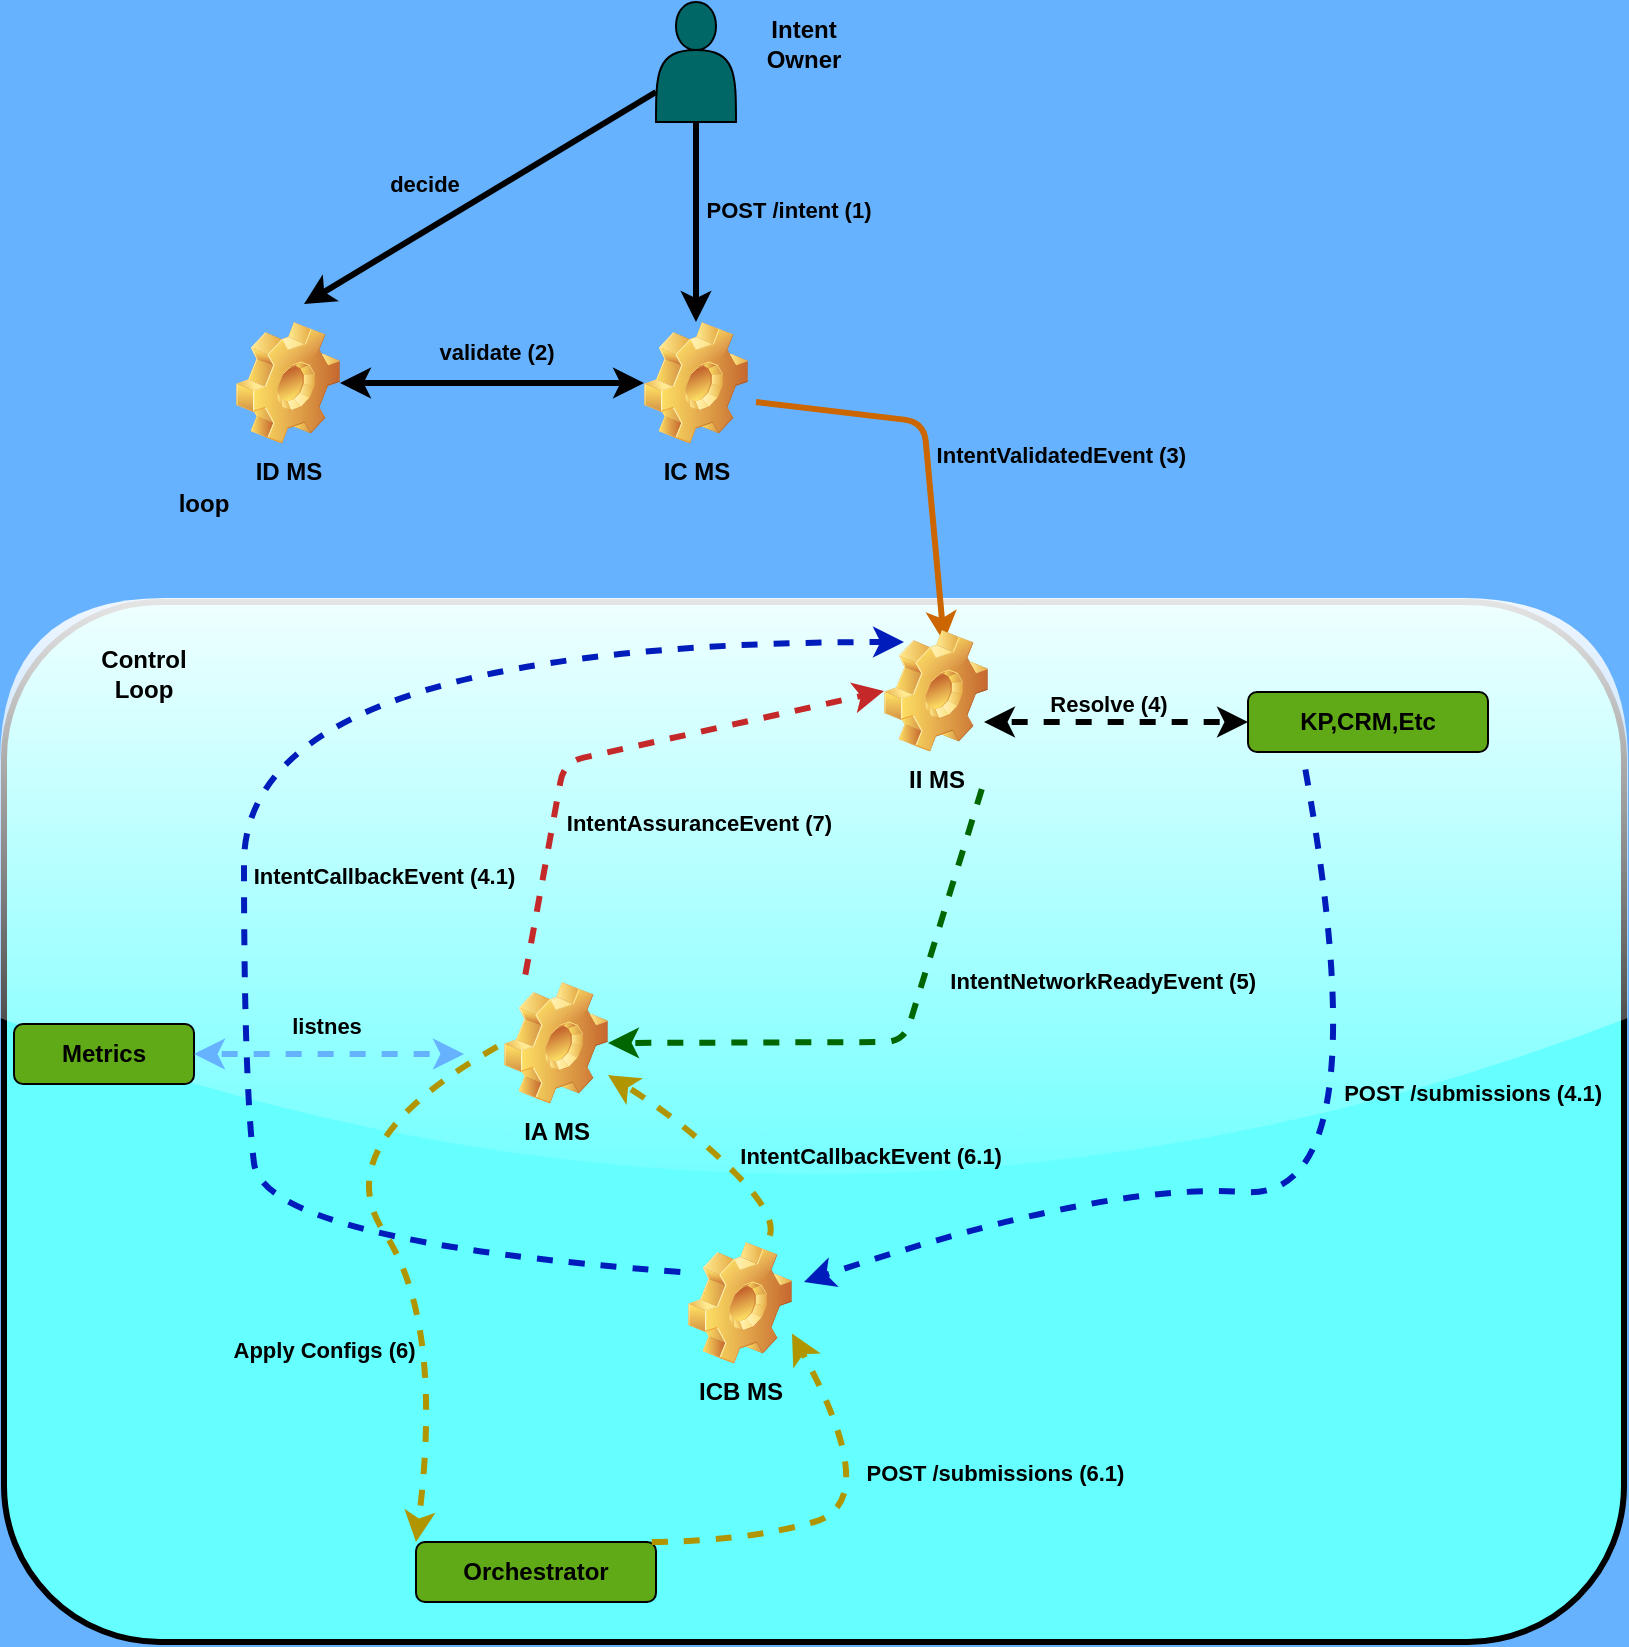
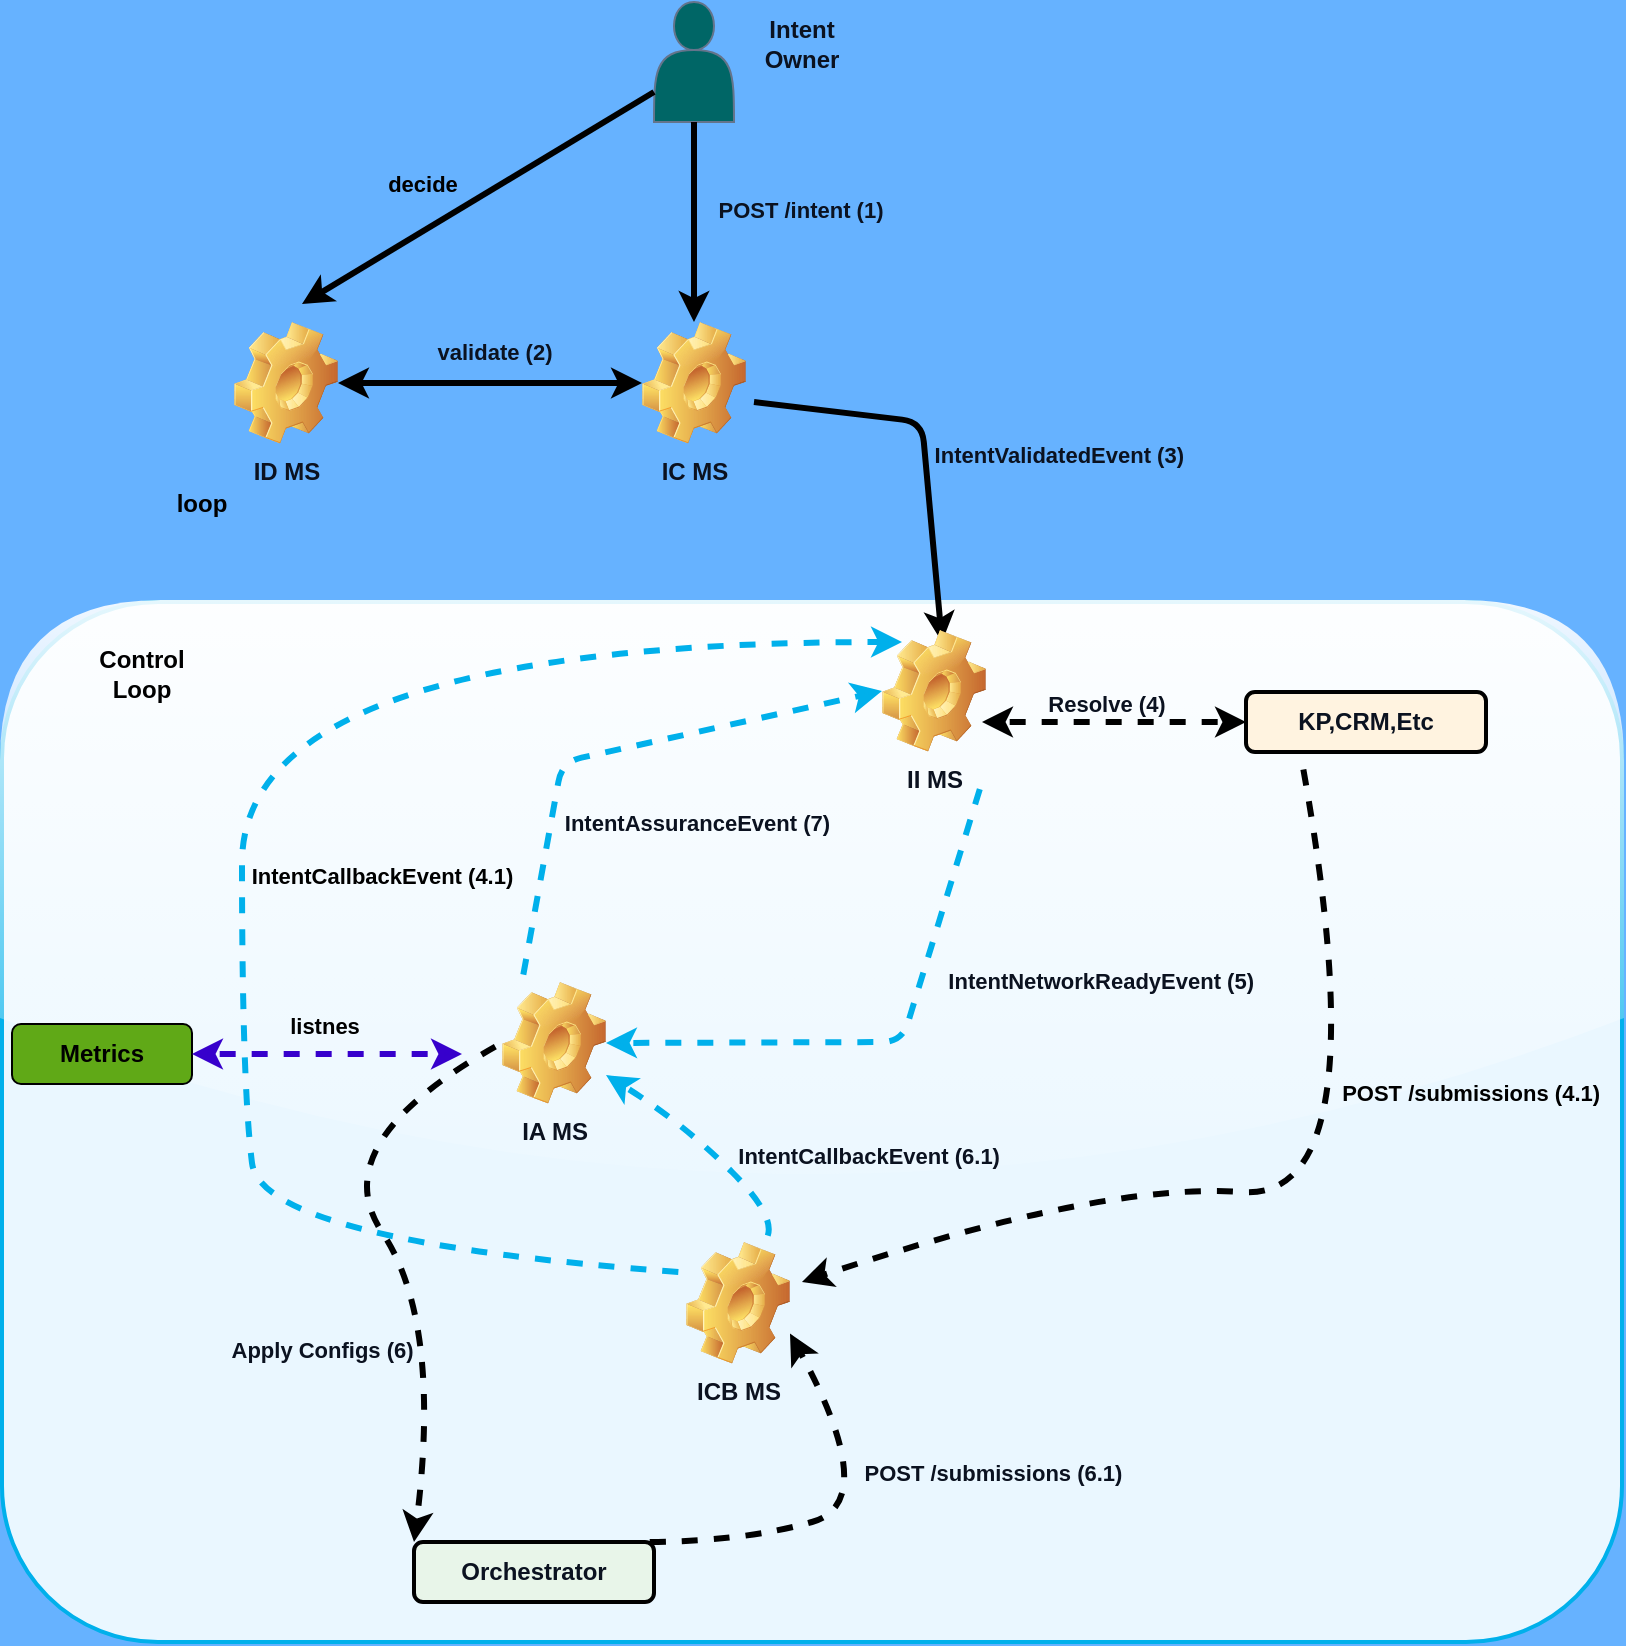
<mxfile host="65bd71144e">
    <diagram id="hkdiFI0e61aXNWWX01rr" name="Page-1">
        <mxGraphModel dx="904" dy="851" grid="1" gridSize="10" guides="1" tooltips="1" connect="1" arrows="1" fold="1" page="1" pageScale="1" pageWidth="827" pageHeight="1169" background="#66B2FF" math="0" shadow="0" adaptiveColors="none">
            <root>
                <mxCell id="0"/>
                <mxCell id="1" parent="0"/>
-                 <mxCell id="44" value="" style="rounded=1;whiteSpace=wrap;html=1;strokeWidth=3;glass=1;shadow=0;fillStyle=auto;fillColor=#66FFFF;fontColor=default;strokeColor=default;" parent="1" vertex="1">
+                 <mxCell id="44" value="" style="rounded=1;whiteSpace=wrap;html=1;strokeWidth=2;glass=1;shadow=0;fillStyle=auto;fillColor=#EAF7FF;fontColor=#0B1220;strokeColor=#00B0EB;" parent="1" vertex="1">
                    <mxGeometry x="10" y="449" width="810" height="520" as="geometry"/>
                </mxCell>
-                 <mxCell id="2" value="IA MS" style="shape=image;html=1;verticalLabelPosition=bottom;verticalAlign=top;imageAspect=1;aspect=fixed;image=img/clipart/Gear_128x128.png;container=0;fontStyle=1" parent="1" vertex="1">
+                 <mxCell id="2" value="IA MS" style="shape=image;html=1;verticalLabelPosition=bottom;verticalAlign=top;imageAspect=1;aspect=fixed;image=img/clipart/Gear_128x128.png;container=0;fontStyle=1;fillColor=#E6F7FF;strokeColor=#00B0EB;fontColor=#0B1220;strokeWidth=2;shadow=0;" parent="1" vertex="1">
                    <mxGeometry x="260" y="639" width="52" height="61" as="geometry"/>
                </mxCell>
-                 <mxCell id="7" value="" style="endArrow=classic;html=1;shadow=0;flowAnimation=1;strokeWidth=3;strokeColor=light-dark(#c52828, #ededed);entryX=0;entryY=0.5;entryDx=0;entryDy=0;jumpStyle=arc;" parent="1" edge="1" target="28">
+                 <mxCell id="7" value="" style="endArrow=classic;html=1;shadow=0;flowAnimation=1;strokeWidth=3;strokeColor=#00B0EB;entryX=0;entryY=0.5;entryDx=0;entryDy=0;jumpStyle=arc;fontColor=#0B1220;" parent="1" edge="1" target="28">
                    <mxGeometry width="50" height="50" relative="1" as="geometry">
                        <mxPoint x="270" y="639" as="sourcePoint"/>
                        <mxPoint x="430" y="489" as="targetPoint"/>
                        <Array as="points">
                            <mxPoint x="290" y="529"/>
                        </Array>
                    </mxGeometry>
                </mxCell>
-                 <mxCell id="9" value="IntentNetworkReadyEvent (5)" style="edgeLabel;align=center;verticalAlign=middle;resizable=0;points=[];container=0;fontColor=default;labelBackgroundColor=none;fontStyle=1;" parent="7" vertex="1" connectable="0">
+                 <mxCell id="9" value="IntentNetworkReadyEvent (5)" style="edgeLabel;align=center;verticalAlign=middle;resizable=0;points=[];container=0;fontColor=#0B1220;labelBackgroundColor=none;fontStyle=1;fillColor=#E8F5E9;strokeColor=#2E7D32;strokeWidth=2;shadow=0;" parent="7" vertex="1" connectable="0">
                    <mxGeometry x="0.0249" y="3" relative="1" as="geometry">
                        <mxPoint x="241" y="118" as="offset"/>
                    </mxGeometry>
                </mxCell>
-                 <mxCell id="8" value="" style="endArrow=classic;html=1;entryX=1;entryY=0.5;entryDx=0;entryDy=0;exitX=1;exitY=1;exitDx=0;exitDy=0;flowAnimation=1;jumpStyle=arc;strokeWidth=3;strokeColor=#006600;" parent="1" target="2" edge="1">
+                 <mxCell id="8" value="" style="endArrow=classic;html=1;entryX=1;entryY=0.5;entryDx=0;entryDy=0;exitX=1;exitY=1;exitDx=0;exitDy=0;flowAnimation=1;jumpStyle=arc;strokeWidth=3;strokeColor=#00B0EB;fontColor=#0B1220;" parent="1" target="2" edge="1">
                    <mxGeometry width="50" height="50" relative="1" as="geometry">
                        <mxPoint x="500" y="539" as="sourcePoint"/>
                        <mxPoint x="470" y="719" as="targetPoint"/>
                        <Array as="points">
                            <mxPoint x="460" y="669"/>
                        </Array>
                    </mxGeometry>
                </mxCell>
-                 <mxCell id="10" value="IntentAssuranceEvent (7)" style="edgeLabel;align=center;verticalAlign=middle;resizable=0;points=[];container=0;labelBackgroundColor=none;fontStyle=1" parent="8" vertex="1" connectable="0">
+                 <mxCell id="10" value="IntentAssuranceEvent (7)" style="edgeLabel;align=center;verticalAlign=middle;resizable=0;points=[];container=0;labelBackgroundColor=none;fontStyle=1;fillColor=#FFEBEE;strokeColor=#C62828;fontColor=#0B1220;strokeWidth=2;shadow=0;" parent="8" vertex="1" connectable="0">
                    <mxGeometry x="-0.196" relative="1" as="geometry">
                        <mxPoint x="-109" y="-89" as="offset"/>
                    </mxGeometry>
                </mxCell>
-                 <mxCell id="12" value="IC MS" style="shape=image;html=1;verticalLabelPosition=bottom;verticalAlign=top;imageAspect=1;aspect=fixed;image=img/clipart/Gear_128x128.png;fontStyle=1" parent="1" vertex="1">
+                 <mxCell id="12" value="IC MS" style="shape=image;html=1;verticalLabelPosition=bottom;verticalAlign=top;imageAspect=1;aspect=fixed;image=img/clipart/Gear_128x128.png;fontStyle=1;fillColor=#E6F7FF;strokeColor=#00B0EB;fontColor=#0B1220;strokeWidth=2;shadow=0;" parent="1" vertex="1">
                    <mxGeometry x="330" y="309" width="52" height="61" as="geometry"/>
                </mxCell>
-                 <mxCell id="13" value="" style="shape=actor;whiteSpace=wrap;html=1;fillColor=#006666;strokeColor=default;" parent="1" vertex="1">
+                 <mxCell id="13" value="" style="shape=actor;whiteSpace=wrap;html=1;fillColor=#006666;strokeColor=#64748B;fontColor=#0B1220;shadow=0;" parent="1" vertex="1">
                    <mxGeometry x="336" y="149" width="40" height="60" as="geometry"/>
                </mxCell>
-                 <mxCell id="14" value="" style="endArrow=classic;html=1;exitX=0.5;exitY=1;exitDx=0;exitDy=0;strokeWidth=3;flowAnimation=0;" parent="1" source="13" target="12" edge="1">
+                 <mxCell id="14" value="" style="endArrow=classic;html=1;exitX=0.5;exitY=1;exitDx=0;exitDy=0;strokeWidth=3;flowAnimation=0;strokeColor=default;fontColor=#0B1220;" parent="1" source="13" target="12" edge="1">
                    <mxGeometry width="50" height="50" relative="1" as="geometry">
                        <mxPoint x="430" y="379" as="sourcePoint"/>
                        <mxPoint x="480" y="329" as="targetPoint"/>
                    </mxGeometry>
                </mxCell>
-                 <mxCell id="17" value="POST /intent (1)" style="edgeLabel;html=1;align=center;verticalAlign=middle;resizable=0;points=[];fontColor=default;fontStyle=1;labelBackgroundColor=none;" parent="14" vertex="1" connectable="0">
+                 <mxCell id="17" value="POST /intent (1)" style="edgeLabel;html=1;align=center;verticalAlign=middle;resizable=0;points=[];fontColor=#0B1220;fontStyle=1;labelBackgroundColor=none;strokeColor=#64748B;shadow=0;" parent="14" vertex="1" connectable="0">
                    <mxGeometry x="-0.13" relative="1" as="geometry">
-                         <mxPoint x="46" as="offset"/>
-                     </mxGeometry>
-                 </mxCell>
-                 <mxCell id="15" value="ICB MS" style="shape=image;html=1;verticalLabelPosition=bottom;verticalAlign=top;imageAspect=1;aspect=fixed;image=img/clipart/Gear_128x128.png;fontStyle=1" parent="1" vertex="1">
+                         <mxPoint x="53" as="offset"/>
+                     </mxGeometry>
+                 </mxCell>
+                 <mxCell id="15" value="ICB MS" style="shape=image;html=1;verticalLabelPosition=bottom;verticalAlign=top;imageAspect=1;aspect=fixed;image=img/clipart/Gear_128x128.png;fontStyle=1;fillColor=#FFF3E0;strokeColor=#F57C00;fontColor=#0B1220;strokeWidth=2;shadow=0;" parent="1" vertex="1">
                    <mxGeometry x="352" y="769" width="52" height="61" as="geometry"/>
                </mxCell>
-                 <mxCell id="16" value="" style="endArrow=classic;html=1;exitX=0.5;exitY=1;exitDx=0;exitDy=0;strokeWidth=3;flowAnimation=0;jumpStyle=arc;strokeColor=#CC6600;" parent="1" edge="1">
+                 <mxCell id="16" value="" style="endArrow=classic;html=1;exitX=0.5;exitY=1;exitDx=0;exitDy=0;strokeWidth=3;flowAnimation=0;jumpStyle=arc;strokeColor=default;fontColor=#0B1220;" parent="1" edge="1">
                    <mxGeometry width="50" height="50" relative="1" as="geometry">
                        <mxPoint x="386" y="349" as="sourcePoint"/>
                        <mxPoint x="480" y="469" as="targetPoint"/>
                        <Array as="points">
                            <mxPoint x="470" y="359"/>
                        </Array>
                    </mxGeometry>
                </mxCell>
-                 <mxCell id="18" value="IntentValidatedEvent (3)" style="edgeLabel;align=center;verticalAlign=middle;resizable=0;points=[];fontColor=default;fontStyle=1;labelBackgroundColor=none;" parent="16" vertex="1" connectable="0">
+                 <mxCell id="18" value="IntentValidatedEvent (3)" style="edgeLabel;align=center;verticalAlign=middle;resizable=0;points=[];fontColor=#0B1220;fontStyle=1;labelBackgroundColor=none;strokeColor=#64748B;shadow=0;" parent="16" vertex="1" connectable="0">
                    <mxGeometry x="0.0229" y="-3" relative="1" as="geometry">
                        <mxPoint x="70" as="offset"/>
                    </mxGeometry>
                </mxCell>
-                 <mxCell id="21" value="Orchestrator" style="rounded=1;whiteSpace=wrap;html=1;fillColor=#60a917;fontColor=default;strokeColor=default;fontStyle=1;" parent="1" vertex="1">
+                 <mxCell id="21" value="Orchestrator" style="rounded=1;whiteSpace=wrap;html=1;fillColor=#E8F5E9;fontColor=#0B1220;strokeColor=default;fontStyle=1;strokeWidth=2;shadow=0;" parent="1" vertex="1">
                    <mxGeometry x="216" y="919" width="120" height="30" as="geometry"/>
                </mxCell>
-                 <mxCell id="22" value="Intent Owner" style="text;html=1;align=center;verticalAlign=middle;whiteSpace=wrap;rounded=0;fontStyle=1" parent="1" vertex="1">
+                 <mxCell id="22" value="Intent Owner" style="text;html=1;align=center;verticalAlign=middle;whiteSpace=wrap;rounded=0;fontStyle=1;fillColor=none;strokeColor=none;fontColor=#0B1220;strokeWidth=2;shadow=0;" parent="1" vertex="1">
                    <mxGeometry x="380" y="155" width="60" height="30" as="geometry"/>
                </mxCell>
-                 <mxCell id="23" value="KP,CRM,Etc" style="rounded=1;whiteSpace=wrap;html=1;fillColor=#60a917;fontColor=default;strokeColor=default;fontStyle=1;" parent="1" vertex="1">
+                 <mxCell id="23" value="KP,CRM,Etc" style="rounded=1;whiteSpace=wrap;html=1;fillColor=#FFF3E0;fontColor=#0B1220;strokeColor=default;fontStyle=1;strokeWidth=2;shadow=0;" parent="1" vertex="1">
                    <mxGeometry x="632" y="494" width="120" height="30" as="geometry"/>
                </mxCell>
-                 <mxCell id="25" value="" style="endArrow=classic;startArrow=classic;html=1;exitX=1;exitY=0.5;exitDx=0;exitDy=0;entryX=0;entryY=0.5;entryDx=0;entryDy=0;endSize=6;strokeWidth=3;flowAnimation=1;" parent="1" target="23" edge="1">
+                 <mxCell id="25" value="" style="endArrow=classic;startArrow=classic;html=1;exitX=1;exitY=0.5;exitDx=0;exitDy=0;entryX=0;entryY=0.5;entryDx=0;entryDy=0;endSize=6;strokeWidth=3;flowAnimation=1;strokeColor=default;fontColor=#0B1220;" parent="1" target="23" edge="1">
                    <mxGeometry width="50" height="50" relative="1" as="geometry">
                        <mxPoint x="500" y="509" as="sourcePoint"/>
                        <mxPoint x="590" y="519" as="targetPoint"/>
                    </mxGeometry>
                </mxCell>
-                 <mxCell id="34" value="Resolve (4)" style="edgeLabel;html=1;align=center;verticalAlign=middle;resizable=0;points=[];fontStyle=1;labelBackgroundColor=none;" parent="25" vertex="1" connectable="0">
+                 <mxCell id="34" value="Resolve (4)" style="edgeLabel;html=1;align=center;verticalAlign=middle;resizable=0;points=[];fontStyle=1;labelBackgroundColor=none;strokeColor=#64748B;fontColor=#0B1220;shadow=0;" parent="25" vertex="1" connectable="0">
                    <mxGeometry x="-0.0667" relative="1" as="geometry">
                        <mxPoint y="-9" as="offset"/>
                    </mxGeometry>
                </mxCell>
-                 <mxCell id="28" value="II MS" style="shape=image;html=1;verticalLabelPosition=bottom;verticalAlign=top;imageAspect=1;aspect=fixed;image=img/clipart/Gear_128x128.png;fontStyle=1" parent="1" vertex="1">
+                 <mxCell id="28" value="II MS" style="shape=image;html=1;verticalLabelPosition=bottom;verticalAlign=top;imageAspect=1;aspect=fixed;image=img/clipart/Gear_128x128.png;fontStyle=1;fillColor=#E6F7FF;strokeColor=#00B0EB;fontColor=#0B1220;strokeWidth=2;shadow=0;" parent="1" vertex="1">
                    <mxGeometry x="450" y="463" width="52" height="61" as="geometry"/>
                </mxCell>
-                 <mxCell id="29" value="ID MS" style="shape=image;html=1;verticalLabelPosition=bottom;verticalAlign=top;imageAspect=1;aspect=fixed;image=img/clipart/Gear_128x128.png;fontStyle=1" parent="1" vertex="1">
+                 <mxCell id="29" value="ID MS" style="shape=image;html=1;verticalLabelPosition=bottom;verticalAlign=top;imageAspect=1;aspect=fixed;image=img/clipart/Gear_128x128.png;fontStyle=1;fillColor=#E6F7FF;strokeColor=#00B0EB;fontColor=#0B1220;strokeWidth=2;shadow=0;" parent="1" vertex="1">
                    <mxGeometry x="126" y="309" width="52" height="61" as="geometry"/>
                </mxCell>
-                 <mxCell id="30" value="" style="endArrow=classic;startArrow=classic;html=1;exitX=1;exitY=0.5;exitDx=0;exitDy=0;entryX=0;entryY=0.5;entryDx=0;entryDy=0;strokeWidth=3;flowAnimation=0;" parent="1" source="29" target="12" edge="1">
+                 <mxCell id="30" value="" style="endArrow=classic;startArrow=classic;html=1;exitX=1;exitY=0.5;exitDx=0;exitDy=0;entryX=0;entryY=0.5;entryDx=0;entryDy=0;strokeWidth=3;flowAnimation=0;strokeColor=default;fontColor=#0B1220;" parent="1" source="29" target="12" edge="1">
                    <mxGeometry width="50" height="50" relative="1" as="geometry">
                        <mxPoint x="280" y="469" as="sourcePoint"/>
                        <mxPoint x="330" y="419" as="targetPoint"/>
                    </mxGeometry>
                </mxCell>
-                 <mxCell id="31" value="validate (2)" style="edgeLabel;html=1;align=center;verticalAlign=middle;resizable=0;points=[];fontStyle=1;labelBackgroundColor=none;" parent="30" vertex="1" connectable="0">
+                 <mxCell id="31" value="validate (2)" style="edgeLabel;html=1;align=center;verticalAlign=middle;resizable=0;points=[];fontStyle=1;labelBackgroundColor=none;strokeColor=#64748B;fontColor=#0B1220;shadow=0;" parent="30" vertex="1" connectable="0">
                    <mxGeometry y="2" relative="1" as="geometry">
                        <mxPoint x="2" y="-14" as="offset"/>
                    </mxGeometry>
                </mxCell>
-                 <mxCell id="32" value="" style="curved=1;endArrow=classic;html=1;strokeWidth=3;flowAnimation=1;fillColor=#0050ef;strokeColor=#001DBC;" parent="1" edge="1">
+                 <mxCell id="32" value="" style="curved=1;endArrow=classic;html=1;strokeWidth=3;flowAnimation=1;fillColor=#0050ef;strokeColor=default;fontColor=#0B1220;" parent="1" edge="1">
                    <mxGeometry width="50" height="50" relative="1" as="geometry">
                        <mxPoint x="660" y="529" as="sourcePoint"/>
                        <mxPoint x="410" y="789" as="targetPoint"/>
                        <Array as="points">
                            <mxPoint x="700" y="749"/>
                            <mxPoint x="560" y="739"/>
                        </Array>
                    </mxGeometry>
                </mxCell>
-                 <mxCell id="33" value="" style="curved=1;endArrow=classic;html=1;exitX=0;exitY=0.25;exitDx=0;exitDy=0;strokeWidth=3;flowAnimation=1;fillColor=#0050ef;strokeColor=#001DBC;" parent="1" source="15" edge="1">
+                 <mxCell id="33" value="" style="curved=1;endArrow=classic;html=1;exitX=0;exitY=0.25;exitDx=0;exitDy=0;strokeWidth=3;flowAnimation=1;fillColor=#0050ef;strokeColor=#00B0EB;fontColor=#0B1220;" parent="1" source="15" edge="1">
                    <mxGeometry width="50" height="50" relative="1" as="geometry">
                        <mxPoint x="90" y="769" as="sourcePoint"/>
                        <mxPoint x="460" y="469" as="targetPoint"/>
                        <Array as="points">
                            <mxPoint x="140" y="769"/>
                            <mxPoint x="130" y="690"/>
                            <mxPoint x="130" y="469"/>
                        </Array>
                    </mxGeometry>
                </mxCell>
-                 <mxCell id="36" value="" style="curved=1;endArrow=classic;html=1;exitX=0;exitY=0.5;exitDx=0;exitDy=0;entryX=0;entryY=0;entryDx=0;entryDy=0;strokeWidth=3;fillColor=#e3c800;strokeColor=#B09500;flowAnimation=1;" parent="1" source="2" target="21" edge="1">
+                 <mxCell id="36" value="" style="curved=1;endArrow=classic;html=1;exitX=0;exitY=0.5;exitDx=0;exitDy=0;entryX=0;entryY=0;entryDx=0;entryDy=0;strokeWidth=3;fillColor=#e3c800;strokeColor=default;flowAnimation=1;fontColor=#0B1220;" parent="1" source="2" target="21" edge="1">
                    <mxGeometry width="50" height="50" relative="1" as="geometry">
                        <mxPoint x="230" y="859" as="sourcePoint"/>
                        <mxPoint x="280" y="809" as="targetPoint"/>
                        <Array as="points">
                            <mxPoint x="170" y="719"/>
                            <mxPoint x="230" y="809"/>
                        </Array>
                    </mxGeometry>
                </mxCell>
-                 <mxCell id="37" value="Apply Configs (6)" style="edgeLabel;align=center;verticalAlign=middle;resizable=0;points=[];labelBackgroundColor=none;fontColor=default;fontStyle=1" parent="36" vertex="1" connectable="0">
+                 <mxCell id="37" value="Apply Configs (6)" style="edgeLabel;align=center;verticalAlign=middle;resizable=0;points=[];labelBackgroundColor=none;fontColor=#0B1220;fontStyle=1;strokeColor=#64748B;shadow=0;" parent="36" vertex="1" connectable="0">
                    <mxGeometry x="0.2297" y="-7" relative="1" as="geometry">
                        <mxPoint x="-47" y="20" as="offset"/>
                    </mxGeometry>
                </mxCell>
-                 <mxCell id="38" value="" style="curved=1;endArrow=classic;html=1;entryX=1;entryY=0.75;entryDx=0;entryDy=0;fillColor=#e3c800;strokeColor=#B09500;strokeWidth=3;flowAnimation=1;" parent="1" target="15" edge="1">
+                 <mxCell id="38" value="" style="curved=1;endArrow=classic;html=1;entryX=1;entryY=0.75;entryDx=0;entryDy=0;fillColor=#e3c800;strokeColor=default;strokeWidth=3;flowAnimation=1;fontColor=#0B1220;" parent="1" target="15" edge="1">
                    <mxGeometry width="50" height="50" relative="1" as="geometry">
                        <mxPoint x="330" y="919" as="sourcePoint"/>
                        <mxPoint x="380" y="869" as="targetPoint"/>
                        <Array as="points">
                            <mxPoint x="380" y="919"/>
                            <mxPoint x="450" y="899"/>
                        </Array>
                    </mxGeometry>
                </mxCell>
-                 <mxCell id="39" value="POST /submissions (6.1)" style="edgeLabel;align=center;verticalAlign=middle;resizable=0;points=[];fontStyle=1;labelBackgroundColor=none;fontColor=default;" parent="38" vertex="1" connectable="0">
+                 <mxCell id="39" value="POST /submissions (6.1)" style="edgeLabel;align=center;verticalAlign=middle;resizable=0;points=[];fontStyle=1;labelBackgroundColor=none;fontColor=#0B1220;strokeColor=#64748B;shadow=0;" parent="38" vertex="1" connectable="0">
                    <mxGeometry x="0.3261" y="9" relative="1" as="geometry">
                        <mxPoint x="74" as="offset"/>
                    </mxGeometry>
                </mxCell>
-                 <mxCell id="40" value="" style="curved=1;endArrow=classic;html=1;exitX=0.75;exitY=0;exitDx=0;exitDy=0;fillColor=#e3c800;strokeColor=#B09500;strokeWidth=3;flowAnimation=1;" parent="1" source="15" target="2" edge="1">
+                 <mxCell id="40" value="" style="curved=1;endArrow=classic;html=1;exitX=0.75;exitY=0;exitDx=0;exitDy=0;fillColor=#e3c800;strokeColor=#00B0EB;strokeWidth=3;flowAnimation=1;fontColor=#0B1220;" parent="1" source="15" target="2" edge="1">
                    <mxGeometry width="50" height="50" relative="1" as="geometry">
                        <mxPoint x="350" y="759" as="sourcePoint"/>
                        <mxPoint x="400" y="709" as="targetPoint"/>
                        <Array as="points">
                            <mxPoint x="400" y="759"/>
                            <mxPoint x="350" y="709"/>
                        </Array>
                    </mxGeometry>
                </mxCell>
-                 <mxCell id="41" value="IntentCallbackEvent (6.1)" style="edgeLabel;align=center;verticalAlign=middle;resizable=0;points=[];fontStyle=1;labelBackgroundColor=none;fontColor=default;" parent="40" vertex="1" connectable="0">
+                 <mxCell id="41" value="IntentCallbackEvent (6.1)" style="edgeLabel;align=center;verticalAlign=middle;resizable=0;points=[];fontStyle=1;labelBackgroundColor=none;fontColor=#0B1220;strokeColor=#64748B;shadow=0;" parent="40" vertex="1" connectable="0">
                    <mxGeometry x="-0.0281" relative="1" as="geometry">
                        <mxPoint x="78" y="1" as="offset"/>
                    </mxGeometry>
                </mxCell>
                <mxCell id="45" value="loop" style="text;html=1;align=center;verticalAlign=middle;whiteSpace=wrap;rounded=0;fontStyle=1" vertex="1" parent="1">
                    <mxGeometry x="80" y="385" width="60" height="30" as="geometry"/>
                </mxCell>
                <mxCell id="46" value="" style="endArrow=classic;html=1;exitX=0;exitY=0.75;exitDx=0;exitDy=0;strokeWidth=3;" edge="1" parent="1" source="13">
                    <mxGeometry width="50" height="50" relative="1" as="geometry">
                        <mxPoint x="170" y="220" as="sourcePoint"/>
                        <mxPoint x="160" y="300" as="targetPoint"/>
                    </mxGeometry>
                </mxCell>
                <mxCell id="47" value="decide" style="edgeLabel;html=1;align=center;verticalAlign=middle;resizable=0;points=[];labelBackgroundColor=none;fontStyle=1" vertex="1" connectable="0" parent="46">
                    <mxGeometry x="-0.0222" y="1" relative="1" as="geometry">
                        <mxPoint x="-31" y="-7" as="offset"/>
                    </mxGeometry>
                </mxCell>
                <mxCell id="48" value="Metrics" style="rounded=1;whiteSpace=wrap;html=1;fillColor=#60a917;fontColor=default;strokeColor=default;fontStyle=1" vertex="1" parent="1">
                    <mxGeometry x="15" y="660" width="90" height="30" as="geometry"/>
                </mxCell>
-                 <mxCell id="49" value="" style="endArrow=classic;startArrow=classic;html=1;exitX=1;exitY=0.5;exitDx=0;exitDy=0;strokeWidth=3;flowAnimation=1;strokeColor=#66B2FF;jumpStyle=arc;" edge="1" parent="1" source="48">
+                 <mxCell id="49" value="" style="endArrow=classic;startArrow=classic;html=1;exitX=1;exitY=0.5;exitDx=0;exitDy=0;strokeWidth=3;flowAnimation=1;strokeColor=#3700CC;jumpStyle=arc;fillColor=#6a00ff;" edge="1" parent="1" source="48">
                    <mxGeometry width="50" height="50" relative="1" as="geometry">
                        <mxPoint x="150" y="720" as="sourcePoint"/>
                        <mxPoint x="240" y="675" as="targetPoint"/>
                    </mxGeometry>
                </mxCell>
                <mxCell id="55" value="listnes" style="edgeLabel;html=1;align=center;verticalAlign=middle;resizable=0;points=[];labelBackgroundColor=none;fontStyle=1" vertex="1" connectable="0" parent="49">
                    <mxGeometry x="-0.0462" y="4" relative="1" as="geometry">
                        <mxPoint x="1" y="-10" as="offset"/>
                    </mxGeometry>
                </mxCell>
                <mxCell id="50" value="IntentCallbackEvent (4.1)" style="edgeLabel;align=center;verticalAlign=middle;resizable=0;points=[];fontStyle=1;labelBackgroundColor=none;fontColor=default;" vertex="1" connectable="0" parent="1">
                    <mxGeometry x="200.0011238408634" y="585.0011238408631" as="geometry"/>
                </mxCell>
                <mxCell id="51" value="POST /submissions (4.1)" style="edgeLabel;align=center;verticalAlign=middle;resizable=0;points=[];fontStyle=1;labelBackgroundColor=none;fontColor=default;" vertex="1" connectable="0" parent="1">
                    <mxGeometry x="744.3029013611379" y="693.5364916215115" as="geometry"/>
                </mxCell>
                <mxCell id="54" value="Control Loop" style="text;html=1;align=center;verticalAlign=middle;whiteSpace=wrap;rounded=0;fontStyle=1" vertex="1" parent="1">
                    <mxGeometry x="50" y="470" width="60" height="30" as="geometry"/>
                </mxCell>
            </root>
        </mxGraphModel>
    </diagram>
</mxfile>